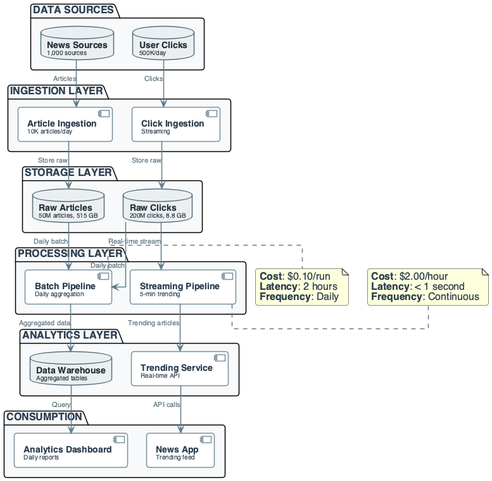
Before: diagrams/week01/week1_practice_slide15_architecture.png, a diagram exported from PlantUML (OrPerets/data-engineering-course).
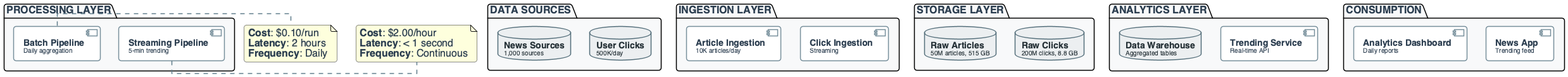
After the commit.

What changed in the source:
```diff
@@ -8,7 +8,7 @@
 skinparam nodesep 30
 skinparam ranksep 40
 
-skinparam defaultFontName "Segoe UI", "Helvetica", sans-serif
+skinparam defaultFontName "Segoe UI, Helvetica, sans-serif"
 skinparam defaultFontSize 16
 skinparam defaultFontColor #2C3E50
 
@@ -69,6 +69,54 @@
     FontColor #E65100
 }
 
+skinparam component<<Bad>> {
+    BorderColor #C62828
+    BackgroundColor #FFEBEE
+    FontColor #B71C1C
+}
+
+skinparam component<<V1>> {
+    BorderColor #F57C00
+    BackgroundColor #FFF3E0
+    FontColor #E65100
+}
+
+skinparam component<<V2>> {
+    BorderColor #2E7D32
+    BackgroundColor #E8F5E9
+    FontColor #1B5E20
+}
+
+skinparam component<<up>> {
+    BackgroundColor #E8F5E9
+    BorderColor #2E7D32
+}
+
+skinparam component<<down>> {
+    BackgroundColor #FFEBEE
+    BorderColor #C62828
+}
+
+skinparam database<<up>> {
+    BackgroundColor #E8F5E9
+    BorderColor #2E7D32
+}
+
+skinparam database<<down>> {
+    BackgroundColor #FFEBEE
+    BorderColor #C62828
+}
+
+skinparam component<<success>> {
+    BackgroundColor #E8F5E9
+    BorderColor #2E7D32
+}
+
+skinparam component<<failure>> {
+    BackgroundColor #FFEBEE
+    BorderColor #C62828
+}
+
 
 package "DATA SOURCES" #F8F9FA {
     database "**News Sources**\n<size:10>1,000 sources</size>" as SOURCES
@@ -100,23 +148,6 @@
     component "**News App**\n<size:10>Trending feed</size>" as APP
 }
 
-
-SOURCES --> INGEST_ART : "Articles"
-CLICKS --> INGEST_CLICK : "Clicks"
-
-INGEST_ART --> RAW_ART : "Store raw"
-INGEST_CLICK --> RAW_CLICK : "Store raw"
-
-RAW_ART --> BATCH : "Daily batch"
-RAW_CLICK --> BATCH : "Daily batch"
-RAW_CLICK --> STREAM : "Real-time stream"
-
-BATCH --> WAREHOUSE : "Aggregated data"
-STREAM --> TRENDING : "Trending articles"
-
-WAREHOUSE --> DASHBOARD : "Query"
-TRENDING --> APP : "API calls"
-
 note right of BATCH
   **Cost**: $0.10/run
   **Latency**: 2 hours
```
